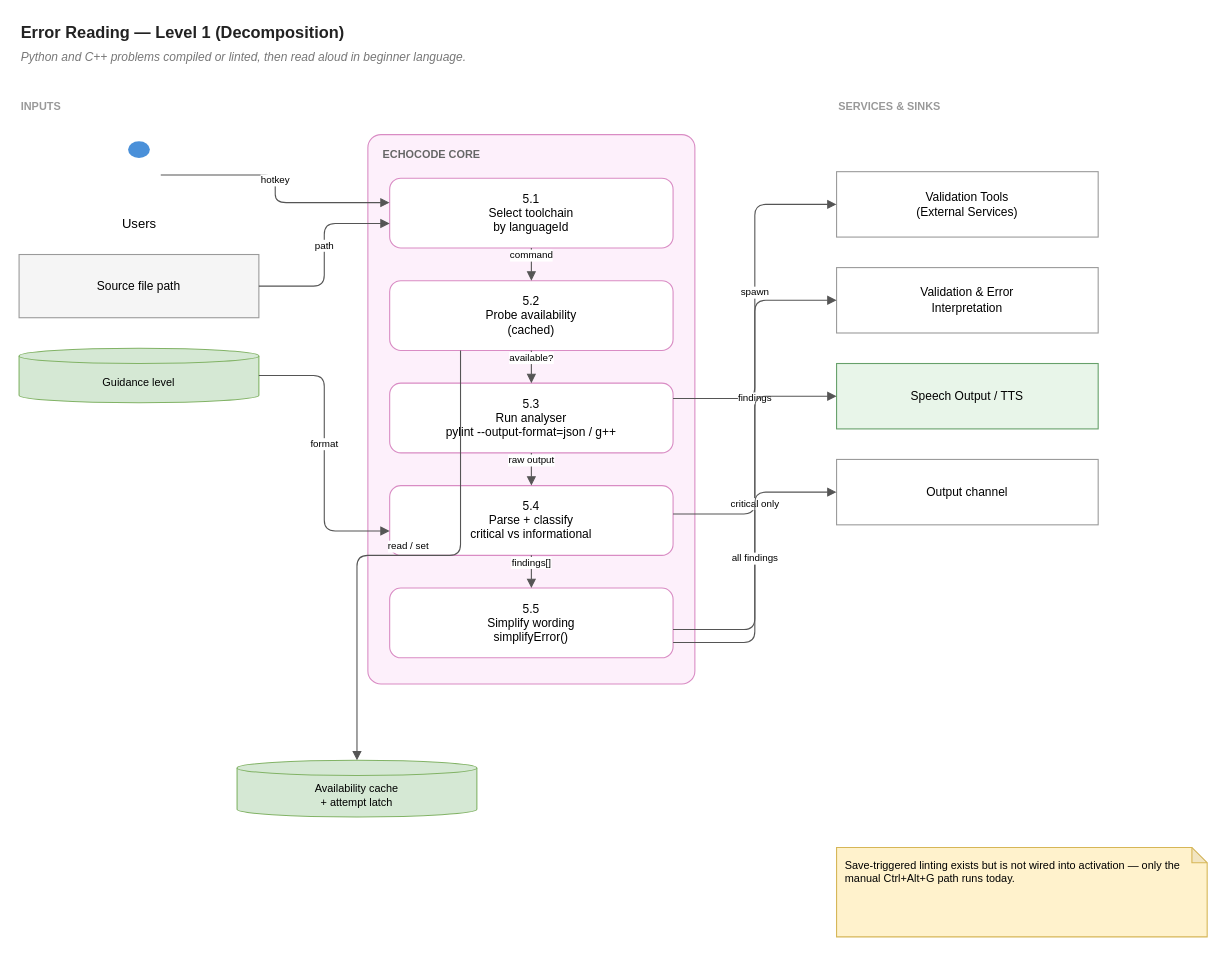
Above: page "Level 1 — Decomposition" (2 of 2) of wiki/diagrams/05-error-reading.drawio in hpcclab/EchoCode (draw.io), before the change. Source tidied: cells renumbered, new cells numbered last; positions are measured from the earlier drawing's top-left corner, leaving out a move shared by most shapes. Both pictures are drawn from the tidied source at 109%, with x=0, y=0 at pixel (19, 19).
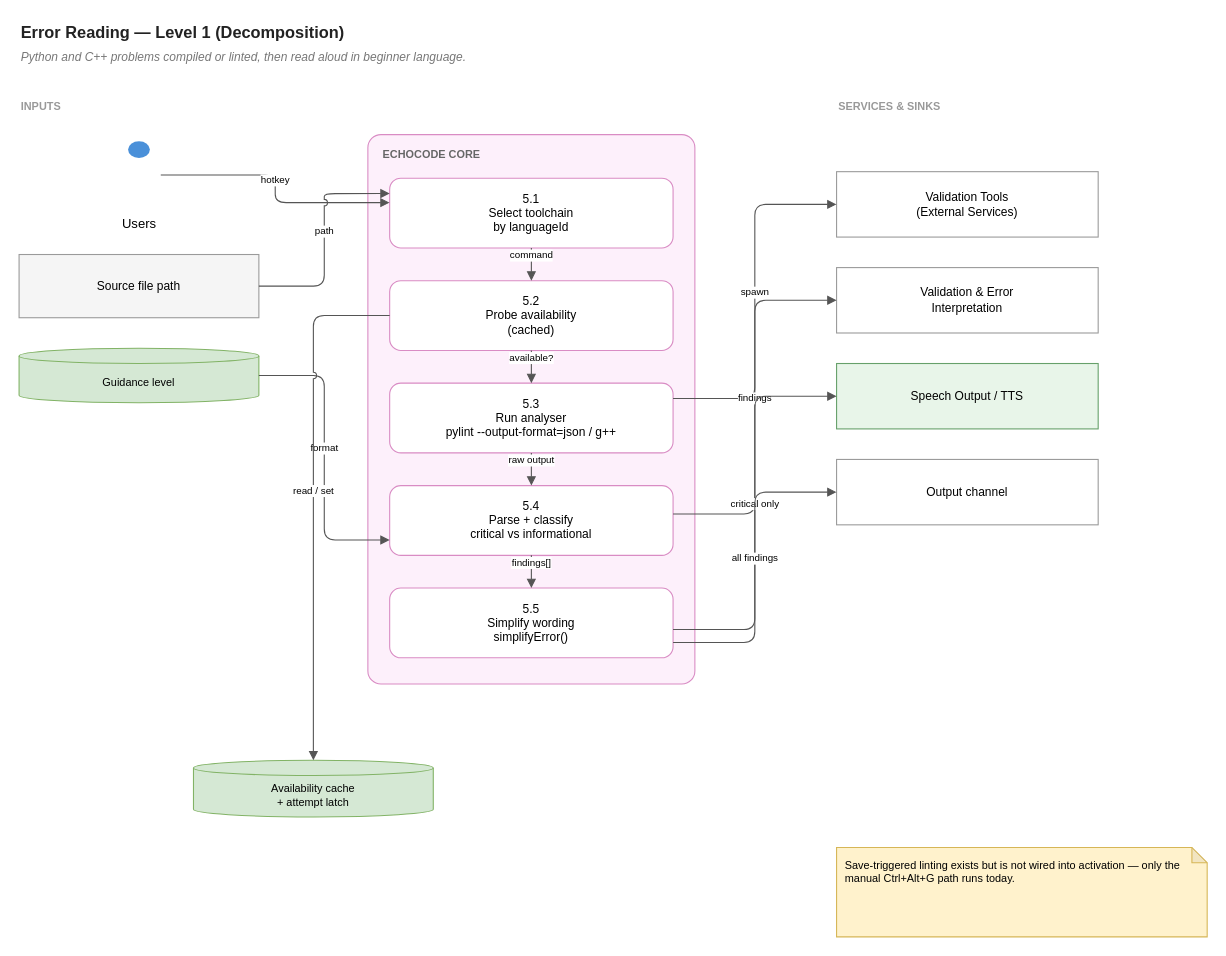
Above is the later version.

Unchanged cells that the change refers to:
```xml
<mxCell id="7" value="5.1&#10;Select toolchain&#10;by languageId" style="rounded=1;whiteSpace=wrap;html=1;fillColor=#ffffff;strokeColor=#d98cc4;fontSize=11;arcSize=16;" parent="6" vertex="1">
  <mxGeometry x="20" y="40" width="260" height="64" as="geometry" />
</mxCell>
<mxCell id="8" value="5.2&#10;Probe availability&#10;(cached)" style="rounded=1;whiteSpace=wrap;html=1;fillColor=#ffffff;strokeColor=#d98cc4;fontSize=11;arcSize=16;" parent="6" vertex="1">
  <mxGeometry x="20" y="134" width="260" height="64" as="geometry" />
</mxCell>
<mxCell id="10" value="5.4&#10;Parse + classify&#10;critical vs informational" style="rounded=1;whiteSpace=wrap;html=1;fillColor=#ffffff;strokeColor=#d98cc4;fontSize=11;arcSize=16;" parent="6" vertex="1">
  <mxGeometry x="20" y="322" width="260" height="64" as="geometry" />
</mxCell>
<mxCell id="13" value="Source file path" style="rounded=0;whiteSpace=wrap;html=1;fillColor=#f5f5f5;strokeColor=#9a9a9a;fontSize=11;" parent="1" vertex="1">
  <mxGeometry y="216" width="220" height="58" as="geometry" />
</mxCell>
<mxCell id="14" value="Guidance level" style="shape=cylinder3;boundedLbl=1;backgroundOutline=1;size=7;whiteSpace=wrap;html=1;fillColor=#d5e8d4;strokeColor=#82b366;fontSize=10;" parent="1" vertex="1">
  <mxGeometry y="302" width="220" height="50" as="geometry" />
</mxCell>
```

Diff of the diagram source:
```diff
@@
     <mxCell id="19" value="Availability cache&#10;+ attempt latch" style="shape=cylinder3;boundedLbl=1;backgroundOutline=1;size=7;whiteSpace=wrap;html=1;fillColor=#d5e8d4;strokeColor=#82b366;fontSize=10;" parent="1" vertex="1">
-      <mxGeometry x="200" y="680" width="220" height="52" as="geometry" />
+      <mxGeometry x="160" y="680" width="220" height="52" as="geometry" />
     </mxCell>
@@
-    <mxCell id="21" value="path" style="edgeStyle=orthogonalEdgeStyle;rounded=1;html=1;endArrow=block;endFill=1;jettySize=auto;jumpStyle=arc;jumpSize=6;fontSize=9;labelBackgroundColor=#ffffff;verticalAlign=bottom;strokeColor=#555555;exitX=1;exitY=0.5;exitDx=0;exitDy=0;entryX=0;entryY=0.65;entryDx=0;entryDy=0;" parent="1" edge="1" source="13" target="7">
+    <mxCell id="21" value="path" style="edgeStyle=orthogonalEdgeStyle;rounded=1;html=1;endArrow=block;endFill=1;jettySize=auto;jumpStyle=arc;jumpSize=6;fontSize=9;labelBackgroundColor=#ffffff;verticalAlign=bottom;strokeColor=#555555;exitX=1;exitY=0.5;exitDx=0;exitDy=0;entryX=0;entryY=0.22;entryDx=0;entryDy=0;" parent="1" edge="1" source="13" target="7">
       <mxGeometry relative="1" as="geometry" />
     </mxCell>
-    <mxCell id="22" value="format" style="edgeStyle=orthogonalEdgeStyle;rounded=1;html=1;endArrow=block;endFill=1;jettySize=auto;jumpStyle=arc;jumpSize=6;fontSize=9;labelBackgroundColor=#ffffff;verticalAlign=bottom;strokeColor=#555555;exitX=1;exitY=0.5;exitDx=0;exitDy=0;entryX=0;entryY=0.65;entryDx=0;entryDy=0;" parent="1" edge="1" source="14" target="10">
+    <mxCell id="22" value="format" style="edgeStyle=orthogonalEdgeStyle;rounded=1;html=1;endArrow=block;endFill=1;jettySize=auto;jumpStyle=arc;jumpSize=6;fontSize=9;labelBackgroundColor=#ffffff;verticalAlign=bottom;strokeColor=#555555;exitX=1;exitY=0.5;exitDx=0;exitDy=0;entryX=0;entryY=0.78;entryDx=0;entryDy=0;" parent="1" edge="1" source="14" target="10">
       <mxGeometry relative="1" as="geometry" />
     </mxCell>
@@
-    <mxCell id="31" value="read / set" style="edgeStyle=orthogonalEdgeStyle;rounded=1;html=1;endArrow=block;endFill=1;jettySize=auto;jumpStyle=arc;jumpSize=6;fontSize=9;labelBackgroundColor=#ffffff;verticalAlign=bottom;strokeColor=#555555;exitX=0.25;exitY=1;exitDx=0;exitDy=0;entryX=0.5;entryY=0;entryDx=0;entryDy=0;" parent="1" edge="1" source="8" target="19">
+    <mxCell id="31" value="read / set" style="edgeStyle=orthogonalEdgeStyle;rounded=1;html=1;endArrow=block;endFill=1;jettySize=auto;jumpStyle=arc;jumpSize=6;fontSize=9;labelBackgroundColor=#ffffff;verticalAlign=bottom;strokeColor=#555555;exitX=0;exitY=0.5;exitDx=0;exitDy=0;entryX=0.5;entryY=0;entryDx=0;entryDy=0;" parent="1" edge="1" source="8" target="19">
       <mxGeometry relative="1" as="geometry" />
     </mxCell>
```
